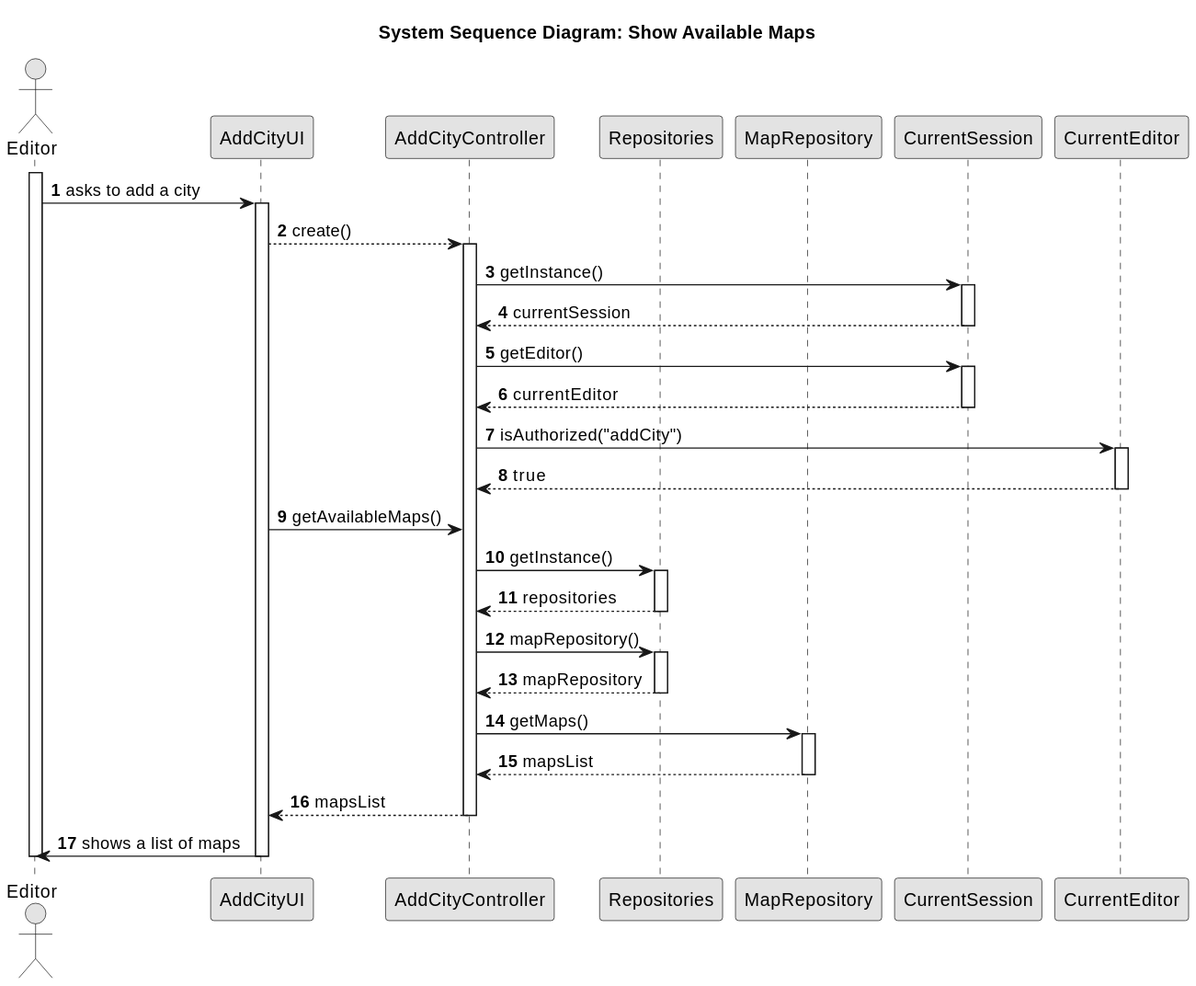
The PlantUML diagram docs/system-documentation/Sprint 2/US03/03.design/svg/US003-SD-ShowMapList.svg in HenriqueSilva18/Railway-Network-Simulator, before a commit.
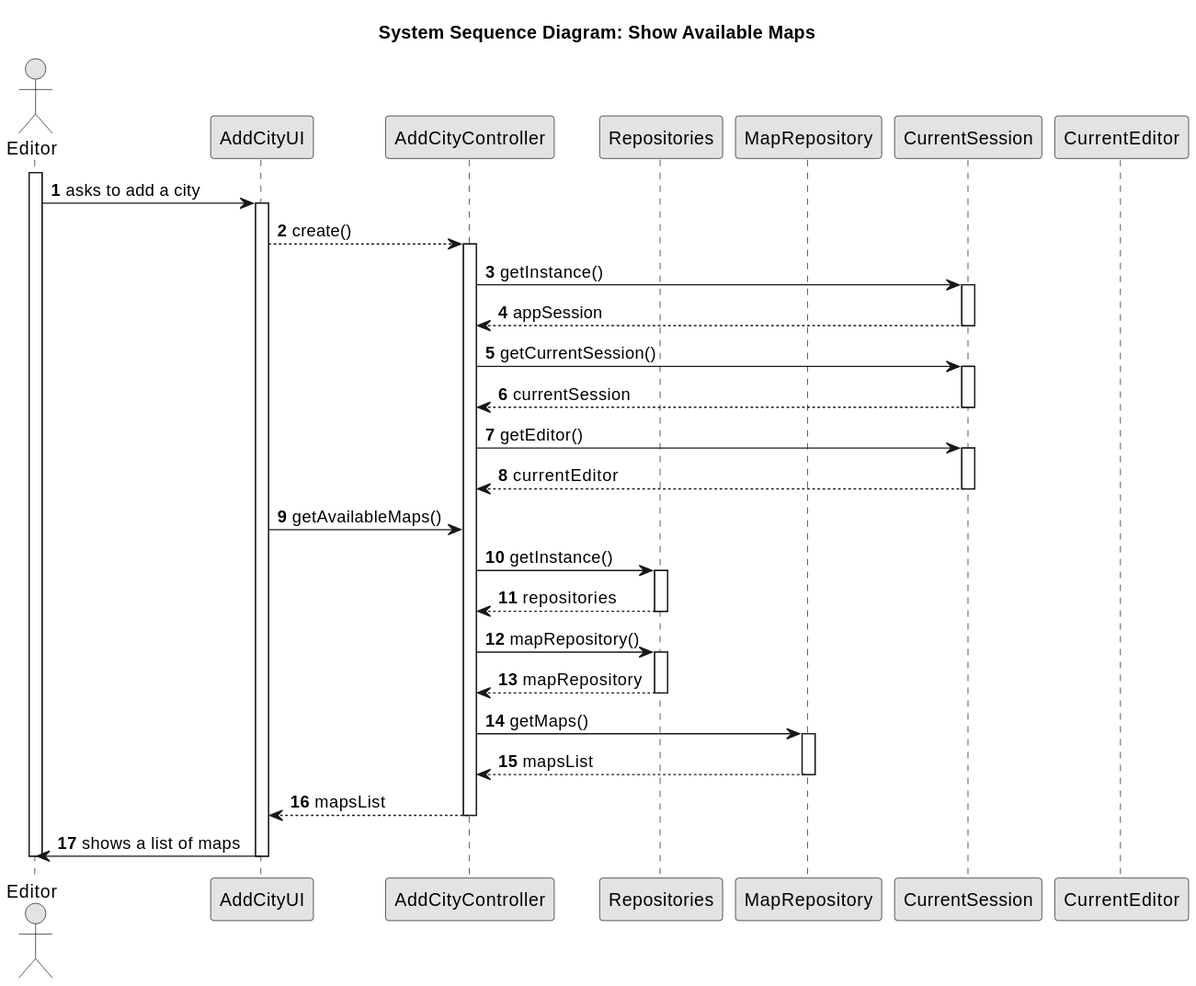
The same file after the commit.

The edit, as a diff of the source:
```diff
@@ -22,16 +22,17 @@
 
 AddCityController -> CurrentSession : getInstance()
 activate CurrentSession
+CurrentSession --> AddCityController : appSession
+deactivate CurrentSession
+AddCityController -> CurrentSession : getCurrentSession()
+activate CurrentSession
 CurrentSession --> AddCityController : currentSession
 deactivate CurrentSession
 AddCityController -> CurrentSession : getEditor()
 activate CurrentSession
 CurrentSession --> AddCityController : currentEditor
 deactivate CurrentSession
-AddCityController -> CurrentEditor : isAuthorized("addCity")
-activate CurrentEditor
-CurrentEditor --> AddCityController : true
-deactivate CurrentEditor
+
 
 AddCityUI -> AddCityController : getAvailableMaps()
 AddCityController -> Repositories : getInstance()
```
